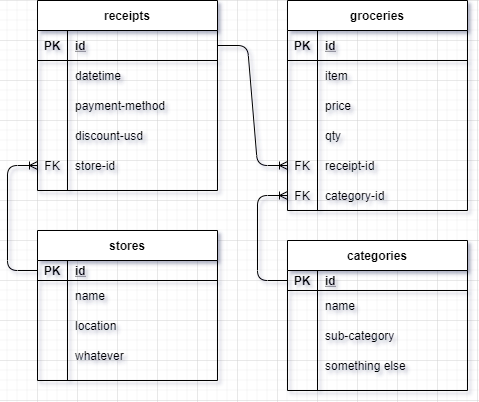
Above: ERD.png in starbuck93/grocery-purchases-receipts-tracking (draw.io), before the change. Source tidied: cells renumbered, new cells last; positions are measured from the earlier drawing's top-left corner, leaving out a move shared by most shapes.
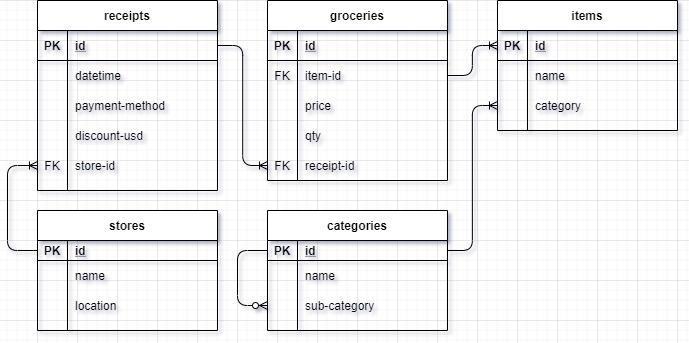
The same diagram one commit later.

Commit message:
Initial migrations based on updated ERD

The edit, as a diff of the source:
```diff
@@ -2,23 +2,18 @@
   <root>
     <mxCell id="0" />
     <mxCell id="1" parent="0" />
-    <mxCell id="2" style="edgeStyle=entityRelationEdgeStyle;fontSize=12;html=1;endArrow=ERoneToMany;entryX=0;entryY=0.5;entryDx=0;entryDy=0;" parent="1" edge="1" source="6" target="47">
+    <mxCell id="2" style="edgeStyle=elbowEdgeStyle;fontSize=12;html=1;endArrow=ERoneToMany;entryX=0;entryY=0.5;entryDx=0;entryDy=0;" parent="1" edge="1" source="6" target="55">
       <mxGeometry relative="1" as="geometry" />
     </mxCell>
-    <mxCell id="3" style="edgeStyle=elbowEdgeStyle;fontSize=12;html=1;endArrow=ERoneToMany;entryX=0;entryY=0.5;entryDx=0;entryDy=0;exitX=0;exitY=0.5;exitDx=0;exitDy=0;" parent="1" edge="1" source="22" target="18">
+    <mxCell id="3" style="edgeStyle=elbowEdgeStyle;fontSize=12;html=1;endArrow=ERoneToMany;entryX=0;entryY=0.5;entryDx=0;entryDy=0;exitX=0;exitY=0.5;exitDx=0;exitDy=0;" parent="1" edge="1" source="33" target="18">
       <mxGeometry relative="1" as="geometry">
         <Array as="points">
           <mxPoint y="220" />
         </Array>
       </mxGeometry>
     </mxCell>
-    <mxCell id="4" style="edgeStyle=elbowEdgeStyle;fontSize=12;html=1;endArrow=ERoneToMany;entryX=0;entryY=0.5;entryDx=0;entryDy=0;exitX=0;exitY=0.5;exitDx=0;exitDy=0;" parent="1" edge="1" source="54">
-      <mxGeometry relative="1" as="geometry">
-        <mxPoint x="280" y="195" as="targetPoint" />
-        <Array as="points">
-          <mxPoint x="250" y="270" />
-        </Array>
-      </mxGeometry>
+    <mxCell id="4" style="edgeStyle=elbowEdgeStyle;fontSize=12;html=1;endArrow=ERoneToMany;exitX=1;exitY=0.5;exitDx=0;exitDy=0;" parent="1" edge="1" source="59" target="28">
+      <mxGeometry relative="1" as="geometry" />
     </mxCell>
     <mxCell id="5" value="receipts" style="shape=table;startSize=30;rowLines=0;fontStyle=1;align=center;" parent="1" vertex="1">
       <mxGeometry x="30" width="180" height="190" as="geometry" />
@@ -68,20 +63,20 @@
     <mxCell id="20" value="store-id" style="shape=partialRectangle;fillColor=none;top=0;left=0;bottom=0;right=0;align=left;spacingLeft=6;fontStyle=0;overflow=hidden;" parent="18" vertex="1">
       <mxGeometry x="30" width="150" height="30" as="geometry" />
     </mxCell>
-    <mxCell id="21" value="stores" style="shape=table;startSize=30;rowLines=0;fontStyle=1;align=center;" parent="1" vertex="1">
-      <mxGeometry x="30" y="230" width="180" height="150" as="geometry" />
+    <mxCell id="21" value="items" style="shape=table;startSize=30;rowLines=0;fontStyle=1;align=center;" parent="1" vertex="1">
+      <mxGeometry x="490" width="180" height="130" as="geometry" />
     </mxCell>
     <mxCell id="22" style="shape=partialRectangle;fillColor=none;top=0;left=0;bottom=1;right=0;points=[[0,0.5],[1,0.5]];portConstraint=eastwest;" parent="21" vertex="1">
-      <mxGeometry y="30" width="180" height="20" as="geometry" />
+      <mxGeometry y="30" width="180" height="30" as="geometry" />
     </mxCell>
     <mxCell id="23" value="PK" style="shape=partialRectangle;fillColor=none;top=0;left=0;bottom=0;right=0;fontStyle=1;overflow=hidden;" parent="22" vertex="1">
-      <mxGeometry width="30" height="20" as="geometry" />
+      <mxGeometry width="30" height="30" as="geometry" />
     </mxCell>
     <mxCell id="24" value="id" style="shape=partialRectangle;fillColor=none;top=0;left=0;bottom=0;right=0;align=left;spacingLeft=6;fontStyle=5;overflow=hidden;" parent="22" vertex="1">
-      <mxGeometry x="30" width="150" height="20" as="geometry" />
+      <mxGeometry x="30" width="150" height="30" as="geometry" />
     </mxCell>
     <mxCell id="25" style="shape=partialRectangle;fillColor=none;top=0;left=0;bottom=0;right=0;" parent="21" vertex="1">
-      <mxGeometry y="50" width="180" height="30" as="geometry" />
+      <mxGeometry y="60" width="180" height="30" as="geometry" />
     </mxCell>
     <mxCell id="26" style="shape=partialRectangle;fillColor=none;top=0;left=0;bottom=0;right=0;overflow=hidden;" parent="25" vertex="1">
       <mxGeometry width="30" height="30" as="geometry" />
@@ -90,118 +85,132 @@
       <mxGeometry x="30" width="150" height="30" as="geometry" />
     </mxCell>
     <mxCell id="28" style="shape=partialRectangle;fillColor=none;top=0;left=0;bottom=0;right=0;points=[[0,0.5],[1,0.5]];portConstraint=eastwest;" parent="21" vertex="1">
-      <mxGeometry y="80" width="180" height="30" as="geometry" />
+      <mxGeometry y="90" width="180" height="30" as="geometry" />
     </mxCell>
     <mxCell id="29" style="shape=partialRectangle;fillColor=none;top=0;left=0;bottom=0;right=0;overflow=hidden;" parent="28" vertex="1">
       <mxGeometry width="30" height="30" as="geometry" />
     </mxCell>
-    <mxCell id="30" value="location" style="shape=partialRectangle;fillColor=none;top=0;left=0;bottom=0;right=0;align=left;spacingLeft=6;overflow=hidden;" parent="28" vertex="1">
+    <mxCell id="30" value="category" style="shape=partialRectangle;fillColor=none;top=0;left=0;bottom=0;right=0;align=left;spacingLeft=6;overflow=hidden;" parent="28" vertex="1">
       <mxGeometry x="30" width="150" height="30" as="geometry" />
     </mxCell>
-    <mxCell id="31" style="shape=partialRectangle;fillColor=none;top=0;left=0;bottom=0;right=0;" parent="21" vertex="1">
-      <mxGeometry y="110" width="180" height="30" as="geometry" />
+    <mxCell id="31" style="edgeStyle=elbowEdgeStyle;rounded=1;jettySize=auto;html=1;exitX=1;exitY=0.5;exitDx=0;exitDy=0;endArrow=ERoneToMany;endFill=0;" parent="1" edge="1" source="46" target="22">
+      <mxGeometry relative="1" as="geometry" />
     </mxCell>
-    <mxCell id="32" style="shape=partialRectangle;fillColor=none;top=0;left=0;bottom=0;right=0;overflow=hidden;" parent="31" vertex="1">
-      <mxGeometry width="30" height="30" as="geometry" />
+    <mxCell id="32" value="stores" style="shape=table;startSize=30;rowLines=0;fontStyle=1;align=center;" parent="1" vertex="1">
+      <mxGeometry x="30" y="210" width="180" height="120" as="geometry" />
     </mxCell>
-    <mxCell id="33" value="whatever" style="shape=partialRectangle;fillColor=none;top=0;left=0;bottom=0;right=0;align=left;spacingLeft=6;overflow=hidden;" parent="31" vertex="1">
-      <mxGeometry x="30" width="150" height="30" as="geometry" />
+    <mxCell id="33" style="shape=partialRectangle;fillColor=none;top=0;left=0;bottom=1;right=0;points=[[0,0.5],[1,0.5]];portConstraint=eastwest;" parent="32" vertex="1">
+      <mxGeometry y="30" width="180" height="20" as="geometry" />
     </mxCell>
-    <mxCell id="34" value="groceries" style="shape=table;startSize=30;rowLines=0;fontStyle=1;align=center;" parent="1" vertex="1">
-      <mxGeometry x="280" width="180" height="210" as="geometry" />
+    <mxCell id="34" value="PK" style="shape=partialRectangle;fillColor=none;top=0;left=0;bottom=0;right=0;fontStyle=1;overflow=hidden;" parent="33" vertex="1">
+      <mxGeometry width="30" height="20" as="geometry" />
     </mxCell>
-    <mxCell id="35" style="shape=partialRectangle;fillColor=none;top=0;left=0;bottom=1;right=0;" parent="34" vertex="1">
-      <mxGeometry y="30" width="180" height="30" as="geometry" />
+    <mxCell id="35" value="id" style="shape=partialRectangle;fillColor=none;top=0;left=0;bottom=0;right=0;align=left;spacingLeft=6;fontStyle=5;overflow=hidden;" parent="33" vertex="1">
+      <mxGeometry x="30" width="150" height="20" as="geometry" />
     </mxCell>
-    <mxCell id="36" value="PK" style="shape=partialRectangle;fillColor=none;top=0;left=0;bottom=0;right=0;fontStyle=1;overflow=hidden;" parent="35" vertex="1">
-      <mxGeometry width="30" height="30" as="geometry" />
+    <mxCell id="36" style="shape=partialRectangle;fillColor=none;top=0;left=0;bottom=0;right=0;" parent="32" vertex="1">
+      <mxGeometry y="50" width="180" height="30" as="geometry" />
     </mxCell>
-    <mxCell id="37" value="id" style="shape=partialRectangle;fillColor=none;top=0;left=0;bottom=0;right=0;align=left;spacingLeft=6;fontStyle=5;overflow=hidden;" parent="35" vertex="1">
-      <mxGeometry x="30" width="150" height="30" as="geometry" />
+    <mxCell id="37" style="shape=partialRectangle;fillColor=none;top=0;left=0;bottom=0;right=0;overflow=hidden;" parent="36" vertex="1">
+      <mxGeometry width="30" height="30" as="geometry" />
     </mxCell>
-    <mxCell id="38" style="shape=partialRectangle;fillColor=none;top=0;left=0;bottom=0;right=0;" parent="34" vertex="1">
-      <mxGeometry y="60" width="180" height="30" as="geometry" />
+    <mxCell id="38" value="name" style="shape=partialRectangle;fillColor=none;top=0;left=0;bottom=0;right=0;align=left;spacingLeft=6;overflow=hidden;" parent="36" vertex="1">
+      <mxGeometry x="30" width="150" height="30" as="geometry" />
     </mxCell>
-    <mxCell id="39" style="shape=partialRectangle;fillColor=none;top=0;left=0;bottom=0;right=0;overflow=hidden;" parent="38" vertex="1">
-      <mxGeometry width="30" height="30" as="geometry" />
+    <mxCell id="39" style="shape=partialRectangle;fillColor=none;top=0;left=0;bottom=0;right=0;" parent="32" vertex="1">
+      <mxGeometry y="80" width="180" height="30" as="geometry" />
     </mxCell>
-    <mxCell id="40" value="item" style="shape=partialRectangle;fillColor=none;top=0;left=0;bottom=0;right=0;align=left;spacingLeft=6;overflow=hidden;" parent="38" vertex="1">
-      <mxGeometry x="30" width="150" height="30" as="geometry" />
+    <mxCell id="40" style="shape=partialRectangle;fillColor=none;top=0;left=0;bottom=0;right=0;overflow=hidden;" parent="39" vertex="1">
+      <mxGeometry width="30" height="30" as="geometry" />
     </mxCell>
-    <mxCell id="41" style="shape=partialRectangle;fillColor=none;top=0;left=0;bottom=0;right=0;" parent="34" vertex="1">
-      <mxGeometry y="90" width="180" height="30" as="geometry" />
+    <mxCell id="41" value="location" style="shape=partialRectangle;fillColor=none;top=0;left=0;bottom=0;right=0;align=left;spacingLeft=6;overflow=hidden;" parent="39" vertex="1">
+      <mxGeometry x="30" width="150" height="30" as="geometry" />
     </mxCell>
-    <mxCell id="42" style="shape=partialRectangle;fillColor=none;top=0;left=0;bottom=0;right=0;overflow=hidden;" parent="41" vertex="1">
-      <mxGeometry width="30" height="30" as="geometry" />
+    <mxCell id="42" value="groceries" style="shape=table;startSize=30;rowLines=0;fontStyle=1;align=center;" parent="1" vertex="1">
+      <mxGeometry x="260" width="180" height="180" as="geometry" />
     </mxCell>
-    <mxCell id="43" value="price" style="shape=partialRectangle;fillColor=none;top=0;left=0;bottom=0;right=0;align=left;spacingLeft=6;overflow=hidden;" parent="41" vertex="1">
-      <mxGeometry x="30" width="150" height="30" as="geometry" />
+    <mxCell id="43" style="shape=partialRectangle;fillColor=none;top=0;left=0;bottom=1;right=0;" parent="42" vertex="1">
+      <mxGeometry y="30" width="180" height="30" as="geometry" />
     </mxCell>
-    <mxCell id="44" style="shape=partialRectangle;fillColor=none;top=0;left=0;bottom=0;right=0;" parent="34" vertex="1">
-      <mxGeometry y="120" width="180" height="30" as="geometry" />
+    <mxCell id="44" value="PK" style="shape=partialRectangle;fillColor=none;top=0;left=0;bottom=0;right=0;fontStyle=1;overflow=hidden;" parent="43" vertex="1">
+      <mxGeometry width="30" height="30" as="geometry" />
     </mxCell>
-    <mxCell id="45" style="shape=partialRectangle;fillColor=none;top=0;left=0;bottom=0;right=0;overflow=hidden;" parent="44" vertex="1">
-      <mxGeometry width="30" height="30" as="geometry" />
+    <mxCell id="45" value="id" style="shape=partialRectangle;fillColor=none;top=0;left=0;bottom=0;right=0;align=left;spacingLeft=6;fontStyle=5;overflow=hidden;" parent="43" vertex="1">
+      <mxGeometry x="30" width="150" height="30" as="geometry" />
     </mxCell>
-    <mxCell id="46" value="qty" style="shape=partialRectangle;fillColor=none;top=0;left=0;bottom=0;right=0;align=left;spacingLeft=6;overflow=hidden;" parent="44" vertex="1">
-      <mxGeometry x="30" width="150" height="30" as="geometry" />
+    <mxCell id="46" style="shape=partialRectangle;fillColor=none;top=0;left=0;bottom=0;right=0;points=[[0,0.5],[1,0.5]];portConstraint=eastwest;" parent="42" vertex="1">
+      <mxGeometry y="60" width="180" height="30" as="geometry" />
     </mxCell>
-    <mxCell id="47" style="shape=partialRectangle;fillColor=none;top=0;left=0;bottom=0;right=0;points=[[0,0.5],[1,0.5]];portConstraint=eastwest;" parent="34" vertex="1">
-      <mxGeometry y="150" width="180" height="30" as="geometry" />
+    <mxCell id="47" value="FK" style="shape=partialRectangle;fillColor=none;top=0;left=0;bottom=0;right=0;fontStyle=0;overflow=hidden;" parent="46" vertex="1">
+      <mxGeometry width="30" height="30" as="geometry" />
     </mxCell>
-    <mxCell id="48" value="FK" style="shape=partialRectangle;fillColor=none;top=0;left=0;bottom=0;right=0;fontStyle=0;overflow=hidden;" parent="47" vertex="1">
-      <mxGeometry width="30" height="30" as="geometry" />
+    <mxCell id="48" value="item-id" style="shape=partialRectangle;fillColor=none;top=0;left=0;bottom=0;right=0;align=left;spacingLeft=6;fontStyle=0;overflow=hidden;" parent="46" vertex="1">
+      <mxGeometry x="30" width="150" height="30" as="geometry" />
     </mxCell>
-    <mxCell id="49" value="receipt-id" style="shape=partialRectangle;fillColor=none;top=0;left=0;bottom=0;right=0;align=left;spacingLeft=6;fontStyle=0;overflow=hidden;" parent="47" vertex="1">
-      <mxGeometry x="30" width="150" height="30" as="geometry" />
+    <mxCell id="49" style="shape=partialRectangle;fillColor=none;top=0;left=0;bottom=0;right=0;" parent="42" vertex="1">
+      <mxGeometry y="90" width="180" height="30" as="geometry" />
     </mxCell>
-    <mxCell id="50" style="shape=partialRectangle;fillColor=none;top=0;left=0;bottom=0;right=0;" parent="34" vertex="1">
-      <mxGeometry y="180" width="180" height="30" as="geometry" />
+    <mxCell id="50" style="shape=partialRectangle;fillColor=none;top=0;left=0;bottom=0;right=0;overflow=hidden;" parent="49" vertex="1">
+      <mxGeometry width="30" height="30" as="geometry" />
     </mxCell>
-    <mxCell id="51" value="FK" style="shape=partialRectangle;fillColor=none;top=0;left=0;bottom=0;right=0;fontStyle=0;overflow=hidden;" parent="50" vertex="1">
-      <mxGeometry width="30" height="30" as="geometry" />
+    <mxCell id="51" value="price" style="shape=partialRectangle;fillColor=none;top=0;left=0;bottom=0;right=0;align=left;spacingLeft=6;overflow=hidden;" parent="49" vertex="1">
+      <mxGeometry x="30" width="150" height="30" as="geometry" />
     </mxCell>
-    <mxCell id="52" value="category-id" style="shape=partialRectangle;fillColor=none;top=0;left=0;bottom=0;right=0;align=left;spacingLeft=6;fontStyle=0;overflow=hidden;" parent="50" vertex="1">
-      <mxGeometry x="30" width="150" height="30" as="geometry" />
+    <mxCell id="52" style="shape=partialRectangle;fillColor=none;top=0;left=0;bottom=0;right=0;" parent="42" vertex="1">
+      <mxGeometry y="120" width="180" height="30" as="geometry" />
     </mxCell>
-    <mxCell id="53" value="categories" style="shape=table;startSize=30;rowLines=0;fontStyle=1;align=center;" parent="1" vertex="1">
-      <mxGeometry x="280" y="240" width="180" height="150" as="geometry" />
+    <mxCell id="53" style="shape=partialRectangle;fillColor=none;top=0;left=0;bottom=0;right=0;overflow=hidden;" parent="52" vertex="1">
+      <mxGeometry width="30" height="30" as="geometry" />
     </mxCell>
-    <mxCell id="54" style="shape=partialRectangle;fillColor=none;top=0;left=0;bottom=1;right=0;points=[[0,0.5],[1,0.5]];portConstraint=eastwest;" parent="53" vertex="1">
-      <mxGeometry y="30" width="180" height="20" as="geometry" />
+    <mxCell id="54" value="qty" style="shape=partialRectangle;fillColor=none;top=0;left=0;bottom=0;right=0;align=left;spacingLeft=6;overflow=hidden;" parent="52" vertex="1">
+      <mxGeometry x="30" width="150" height="30" as="geometry" />
     </mxCell>
-    <mxCell id="55" value="PK" style="shape=partialRectangle;fillColor=none;top=0;left=0;bottom=0;right=0;fontStyle=1;overflow=hidden;" parent="54" vertex="1">
-      <mxGeometry width="30" height="20" as="geometry" />
+    <mxCell id="55" style="shape=partialRectangle;fillColor=none;top=0;left=0;bottom=0;right=0;points=[[0,0.5],[1,0.5]];portConstraint=eastwest;" parent="42" vertex="1">
+      <mxGeometry y="150" width="180" height="30" as="geometry" />
     </mxCell>
-    <mxCell id="56" value="id" style="shape=partialRectangle;fillColor=none;top=0;left=0;bottom=0;right=0;align=left;spacingLeft=6;fontStyle=5;overflow=hidden;" parent="54" vertex="1">
-      <mxGeometry x="30" width="150" height="20" as="geometry" />
+    <mxCell id="56" value="FK" style="shape=partialRectangle;fillColor=none;top=0;left=0;bottom=0;right=0;fontStyle=0;overflow=hidden;" parent="55" vertex="1">
+      <mxGeometry width="30" height="30" as="geometry" />
     </mxCell>
-    <mxCell id="57" style="shape=partialRectangle;fillColor=none;top=0;left=0;bottom=0;right=0;" parent="53" vertex="1">
-      <mxGeometry y="50" width="180" height="30" as="geometry" />
+    <mxCell id="57" value="receipt-id" style="shape=partialRectangle;fillColor=none;top=0;left=0;bottom=0;right=0;align=left;spacingLeft=6;fontStyle=0;overflow=hidden;" parent="55" vertex="1">
+      <mxGeometry x="30" width="150" height="30" as="geometry" />
     </mxCell>
-    <mxCell id="58" style="shape=partialRectangle;fillColor=none;top=0;left=0;bottom=0;right=0;overflow=hidden;" parent="57" vertex="1">
-      <mxGeometry width="30" height="30" as="geometry" />
+    <mxCell id="58" value="categories" style="shape=table;startSize=30;rowLines=0;fontStyle=1;align=center;" parent="1" vertex="1">
+      <mxGeometry x="260" y="210" width="180" height="120" as="geometry" />
     </mxCell>
-    <mxCell id="59" value="name" style="shape=partialRectangle;fillColor=none;top=0;left=0;bottom=0;right=0;align=left;spacingLeft=6;overflow=hidden;" parent="57" vertex="1">
-      <mxGeometry x="30" width="150" height="30" as="geometry" />
+    <mxCell id="59" style="shape=partialRectangle;fillColor=none;top=0;left=0;bottom=1;right=0;points=[[0,0.5],[1,0.5]];portConstraint=eastwest;" parent="58" vertex="1">
+      <mxGeometry y="30" width="180" height="20" as="geometry" />
     </mxCell>
-    <mxCell id="60" style="shape=partialRectangle;fillColor=none;top=0;left=0;bottom=0;right=0;" parent="53" vertex="1">
-      <mxGeometry y="80" width="180" height="30" as="geometry" />
+    <mxCell id="60" value="PK" style="shape=partialRectangle;fillColor=none;top=0;left=0;bottom=0;right=0;fontStyle=1;overflow=hidden;" parent="59" vertex="1">
+      <mxGeometry width="30" height="20" as="geometry" />
     </mxCell>
-    <mxCell id="61" style="shape=partialRectangle;fillColor=none;top=0;left=0;bottom=0;right=0;overflow=hidden;" parent="60" vertex="1">
-      <mxGeometry width="30" height="30" as="geometry" />
+    <mxCell id="61" value="id" style="shape=partialRectangle;fillColor=none;top=0;left=0;bottom=0;right=0;align=left;spacingLeft=6;fontStyle=5;overflow=hidden;" parent="59" vertex="1">
+      <mxGeometry x="30" width="150" height="20" as="geometry" />
     </mxCell>
-    <mxCell id="62" value="sub-category" style="shape=partialRectangle;fillColor=none;top=0;left=0;bottom=0;right=0;align=left;spacingLeft=6;overflow=hidden;" parent="60" vertex="1">
-      <mxGeometry x="30" width="150" height="30" as="geometry" />
+    <mxCell id="62" style="shape=partialRectangle;fillColor=none;top=0;left=0;bottom=0;right=0;" parent="58" vertex="1">
+      <mxGeometry y="50" width="180" height="30" as="geometry" />
     </mxCell>
-    <mxCell id="63" style="shape=partialRectangle;fillColor=none;top=0;left=0;bottom=0;right=0;" parent="53" vertex="1">
-      <mxGeometry y="110" width="180" height="30" as="geometry" />
+    <mxCell id="63" style="shape=partialRectangle;fillColor=none;top=0;left=0;bottom=0;right=0;overflow=hidden;" parent="62" vertex="1">
+      <mxGeometry width="30" height="30" as="geometry" />
     </mxCell>
-    <mxCell id="64" style="shape=partialRectangle;fillColor=none;top=0;left=0;bottom=0;right=0;overflow=hidden;" parent="63" vertex="1">
-      <mxGeometry width="30" height="30" as="geometry" />
+    <mxCell id="64" value="name" style="shape=partialRectangle;fillColor=none;top=0;left=0;bottom=0;right=0;align=left;spacingLeft=6;overflow=hidden;" parent="62" vertex="1">
+      <mxGeometry x="30" width="150" height="30" as="geometry" />
     </mxCell>
-    <mxCell id="65" value="something else" style="shape=partialRectangle;fillColor=none;top=0;left=0;bottom=0;right=0;align=left;spacingLeft=6;overflow=hidden;" parent="63" vertex="1">
-      <mxGeometry x="30" width="150" height="30" as="geometry" />
+    <mxCell id="65" style="shape=partialRectangle;fillColor=none;top=0;left=0;bottom=0;right=0;points=[[0,0.5],[1,0.5]];portConstraint=eastwest;" parent="58" vertex="1">
+      <mxGeometry y="80" width="180" height="30" as="geometry" />
     </mxCell>
+    <mxCell id="66" style="shape=partialRectangle;fillColor=none;top=0;left=0;bottom=0;right=0;overflow=hidden;" parent="65" vertex="1">
+      <mxGeometry width="30" height="30" as="geometry" />
+    </mxCell>
+    <mxCell id="67" value="sub-category" style="shape=partialRectangle;fillColor=none;top=0;left=0;bottom=0;right=0;align=left;spacingLeft=6;overflow=hidden;" parent="65" vertex="1">
+      <mxGeometry x="30" width="150" height="30" as="geometry" />
+    </mxCell>
+    <mxCell id="68" style="edgeStyle=elbowEdgeStyle;fontSize=12;html=1;endArrow=ERzeroToMany;endFill=1;entryX=0;entryY=0.5;entryDx=0;entryDy=0;exitX=0;exitY=0.5;exitDx=0;exitDy=0;" parent="58" edge="1" source="59" target="65">
+      <mxGeometry relative="1" as="geometry">
+        <Array as="points">
+          <mxPoint x="-30" y="70" />
+          <mxPoint x="-50" y="68" />
+        </Array>
+      </mxGeometry>
+    </mxCell>
   </root>
 </mxGraphModel>
```
